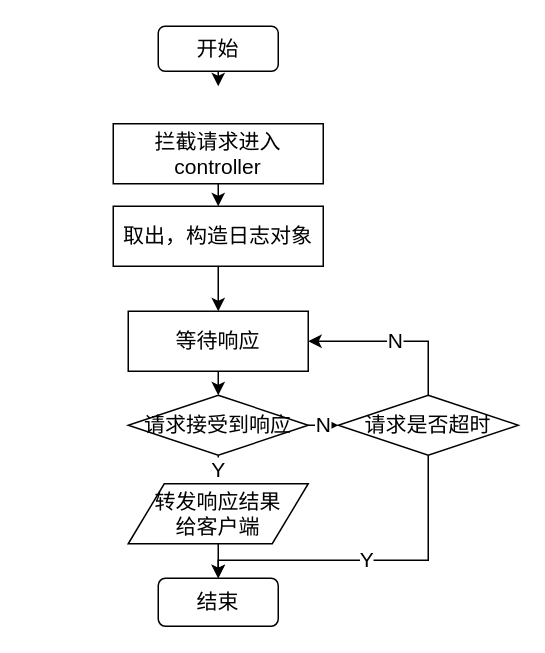
This is IOTManage/flow-log-record.drawio from waterwatermelon/graph, a draw.io file, before an edit. Source tidied: cells renumbered, new cells numbered last; positions are measured from the earlier drawing's top-left corner, leaving out a move shared by most shapes. Both pictures are drawn from the tidied source at 150%, with x=0, y=0 at pixel (112, 26).
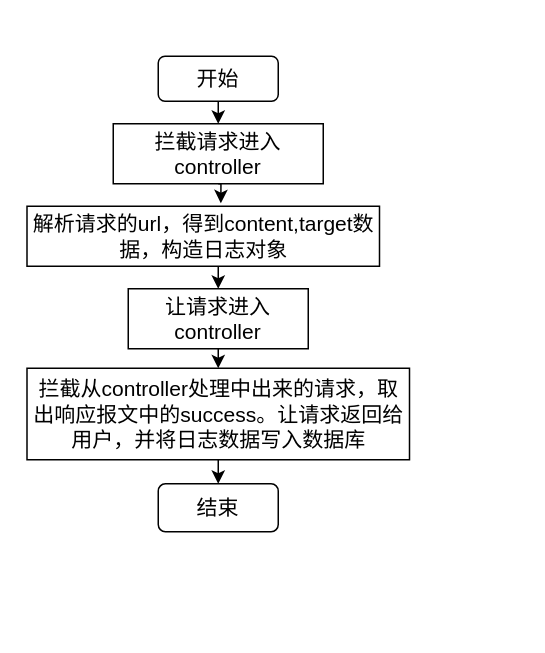
After the change.

The change refers to these unchanged cells:
```xml
<mxCell id="3" value="拦截请求进入controller" style="rounded=0;whiteSpace=wrap;html=1;fontSize=14;" parent="1" vertex="1">
  <mxGeometry y="65" width="140" height="40" as="geometry" />
</mxCell>
```

The edit, as a diff of the source:
```diff
@@
-    <mxCell id="2" style="edgeStyle=orthogonalEdgeStyle;rounded=0;jettySize=auto;html=1;exitX=0.5;exitY=1;exitDx=0;exitDy=0;entryX=0.5;entryY=0;entryDx=0;entryDy=0;fontSize=14;" parent="1" edge="1" source="3" target="11">
+    <mxCell id="2" style="edgeStyle=orthogonalEdgeStyle;rounded=0;jettySize=auto;html=1;exitX=0.5;exitY=1;exitDx=0;exitDy=0;entryX=0.55;entryY=-0.05;entryDx=0;entryDy=0;entryPerimeter=0;" parent="1" edge="1" source="3" target="11">
       <mxGeometry relative="1" as="geometry" />
     </mxCell>
@@
-    <mxCell id="4" value="Y" style="edgeStyle=orthogonalEdgeStyle;rounded=0;jettySize=auto;html=1;exitX=0.5;exitY=1;exitDx=0;exitDy=0;entryX=0.5;entryY=0;entryDx=0;entryDy=0;fontSize=14;" parent="1" edge="1" source="6" target="15">
-      <mxGeometry relative="1" as="geometry" />
-    </mxCell>
-    <mxCell id="5" value="N" style="edgeStyle=orthogonalEdgeStyle;rounded=0;jettySize=auto;html=1;exitX=1;exitY=0.5;exitDx=0;exitDy=0;entryX=0;entryY=0.5;entryDx=0;entryDy=0;fontSize=14;" parent="1" edge="1" source="6" target="18">
-      <mxGeometry relative="1" as="geometry" />
-    </mxCell>
-    <mxCell id="6" value="请求接受到响应&lt;br&gt;" style="rhombus;whiteSpace=wrap;html=1;fontSize=14;" parent="1" vertex="1">
-      <mxGeometry x="10" y="246" width="120" height="40" as="geometry" />
-    </mxCell>
-    <mxCell id="7" style="edgeStyle=orthogonalEdgeStyle;rounded=0;jettySize=auto;html=1;exitX=0.5;exitY=1;exitDx=0;exitDy=0;entryX=0.5;entryY=0;entryDx=0;entryDy=0;fontSize=14;" parent="1" edge="1" source="8">
-      <mxGeometry relative="1" as="geometry">
-        <mxPoint x="70" y="40" as="targetPoint" />
-      </mxGeometry>
-    </mxCell>
+    <mxCell id="19" style="edgeStyle=orthogonalEdgeStyle;rounded=0;jettySize=auto;html=1;exitX=0.5;exitY=1;exitDx=0;exitDy=0;entryX=0.5;entryY=0;entryDx=0;entryDy=0;" parent="1" edge="1" source="8" target="3">
+      <mxGeometry relative="1" as="geometry" />
+    </mxCell>
     <mxCell id="8" value="开始" style="shape=ext;rounded=1;whiteSpace=wrap;html=1;fontSize=14;" parent="1" vertex="1">
-      <mxGeometry x="30" width="80" height="30" as="geometry" />
+      <mxGeometry x="30" y="20" width="80" height="30" as="geometry" />
     </mxCell>
     <mxCell id="9" value="结束" style="shape=ext;rounded=1;whiteSpace=wrap;html=1;fontSize=14;" parent="1" vertex="1">
-      <mxGeometry x="30" y="368" width="80" height="32" as="geometry" />
+      <mxGeometry x="30" y="305" width="80" height="32" as="geometry" />
     </mxCell>
@@
-    <mxCell id="11" value="取出，构造日志对象" style="rounded=0;whiteSpace=wrap;html=1;fontSize=14;" parent="1" vertex="1">
-      <mxGeometry y="120" width="140" height="40" as="geometry" />
+    <mxCell id="11" value="解析请求的url，得到content,target数据，构造日志对象" style="rounded=0;whiteSpace=wrap;html=1;fontSize=14;" parent="1" vertex="1">
+      <mxGeometry x="-57.5" y="120" width="235" height="40" as="geometry" />
     </mxCell>
-    <mxCell id="12" style="edgeStyle=orthogonalEdgeStyle;rounded=0;jettySize=auto;html=1;exitX=0.5;exitY=1;exitDx=0;exitDy=0;entryX=0.5;entryY=0;entryDx=0;entryDy=0;fontSize=14;" parent="1" edge="1" source="13" target="6">
+    <mxCell id="12" style="edgeStyle=orthogonalEdgeStyle;rounded=0;jettySize=auto;html=1;exitX=0.5;exitY=1;exitDx=0;exitDy=0;fontSize=14;entryX=0.5;entryY=0;entryDx=0;entryDy=0;" parent="1" edge="1" source="13" target="20">
       <mxGeometry relative="1" as="geometry" />
     </mxCell>
-    <mxCell id="13" value="等待响应" style="rounded=0;whiteSpace=wrap;html=1;fontSize=14;" parent="1" vertex="1">
-      <mxGeometry x="10" y="190" width="120" height="40" as="geometry" />
+    <mxCell id="13" value="让请求进入controller" style="rounded=0;whiteSpace=wrap;html=1;fontSize=14;" parent="1" vertex="1">
+      <mxGeometry x="10" y="175" width="120" height="40" as="geometry" />
     </mxCell>
-    <mxCell id="14" style="edgeStyle=orthogonalEdgeStyle;rounded=0;jettySize=auto;html=1;exitX=0.5;exitY=1;exitDx=0;exitDy=0;entryX=0.5;entryY=0;entryDx=0;entryDy=0;fontSize=14;" parent="1" edge="1" source="15" target="9">
+    <mxCell id="14" style="edgeStyle=orthogonalEdgeStyle;rounded=0;jettySize=auto;html=1;exitX=0.5;exitY=1;exitDx=0;exitDy=0;entryX=0.5;entryY=0;entryDx=0;entryDy=0;fontSize=14;" parent="1" edge="1" source="20" target="9">
       <mxGeometry relative="1" as="geometry" />
     </mxCell>
-    <mxCell id="15" value="转发响应结果&lt;br&gt;给客户端" style="shape=parallelogram;perimeter=parallelogramPerimeter;whiteSpace=wrap;html=1;fontSize=14;" parent="1" vertex="1">
-      <mxGeometry x="10" y="305" width="120" height="40" as="geometry" />
-    </mxCell>
-    <mxCell id="16" value="N" style="edgeStyle=orthogonalEdgeStyle;rounded=0;jettySize=auto;html=1;exitX=0.5;exitY=0;exitDx=0;exitDy=0;entryX=1;entryY=0.5;entryDx=0;entryDy=0;fontSize=14;" parent="1" edge="1" source="18" target="13">
-      <mxGeometry relative="1" as="geometry" />
-    </mxCell>
-    <mxCell id="17" value="Y" style="edgeStyle=orthogonalEdgeStyle;rounded=0;jettySize=auto;html=1;exitX=0.5;exitY=1;exitDx=0;exitDy=0;entryX=0.5;entryY=0;entryDx=0;entryDy=0;fontSize=14;" parent="1" edge="1" source="18" target="9">
-      <mxGeometry relative="1" as="geometry">
-        <Array as="points">
-          <mxPoint x="210" y="356" />
-          <mxPoint x="70" y="356" />
-        </Array>
-      </mxGeometry>
-    </mxCell>
-    <mxCell id="18" value="请求是否超时" style="rhombus;whiteSpace=wrap;html=1;fontSize=14;" parent="1" vertex="1">
-      <mxGeometry x="150" y="246" width="120" height="40" as="geometry" />
-    </mxCell>
+    <mxCell id="20" value="拦截从controller处理中出来的请求，取出响应报文中的success。让请求返回给用户，并将日志数据写入数据库" style="rounded=0;whiteSpace=wrap;html=1;fontSize=14;" parent="1" vertex="1">
+      <mxGeometry x="-57.5" y="228" width="255" height="61" as="geometry" />
+    </mxCell>
```
